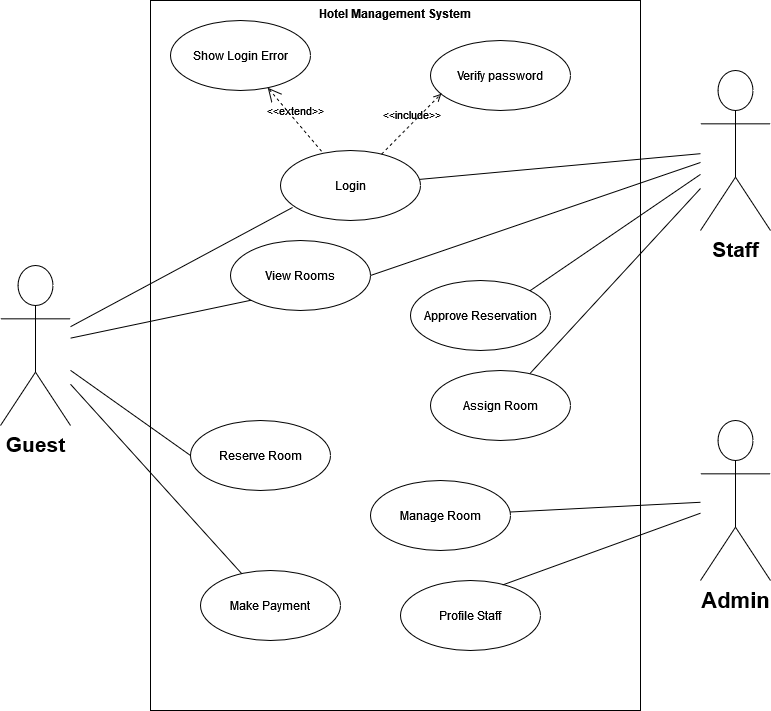
Before: UML HOTEL.drawio.png, a diagram exported from draw.io (Way4ward17/UML-Diagrams). Source tidied: cells renumbered, new cells last; positions are measured from the earlier drawing's top-left corner, leaving out a move shared by most shapes.
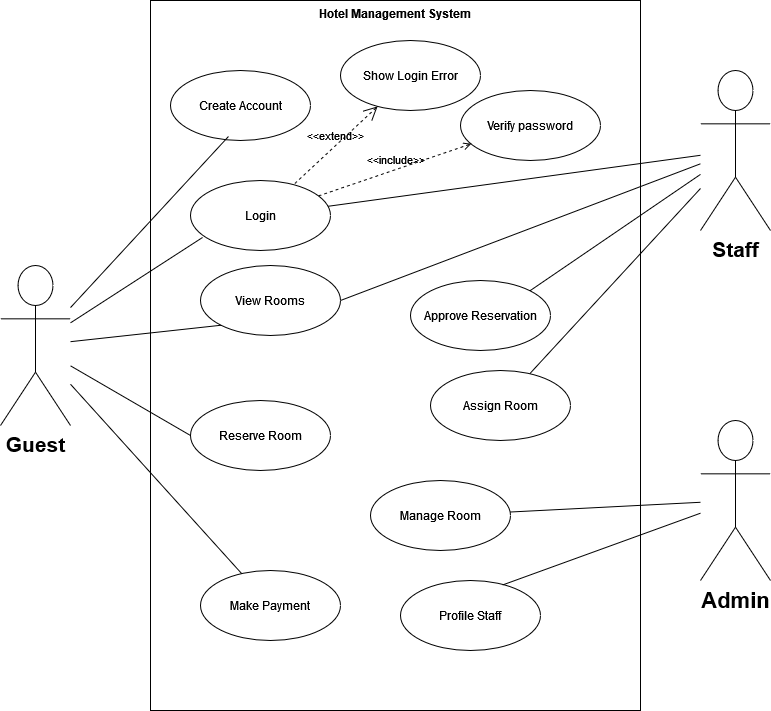
After the change.

The edit, as a diff of the source:
```diff
@@ -15,13 +15,13 @@
       <mxGeometry x="700" y="70" width="70" height="160" as="geometry" />
     </mxCell>
     <mxCell id="6" value="Login" style="ellipse;whiteSpace=wrap;html=1;" parent="1" vertex="1">
-      <mxGeometry x="280" y="150" width="140" height="70" as="geometry" />
+      <mxGeometry x="190" y="180" width="140" height="70" as="geometry" />
     </mxCell>
     <mxCell id="7" value="View Rooms" style="ellipse;whiteSpace=wrap;html=1;" parent="1" vertex="1">
-      <mxGeometry x="230" y="240" width="140" height="70" as="geometry" />
+      <mxGeometry x="200" y="265" width="140" height="70" as="geometry" />
     </mxCell>
     <mxCell id="8" value="Reserve Room" style="ellipse;whiteSpace=wrap;html=1;" parent="1" vertex="1">
-      <mxGeometry x="190" y="420" width="140" height="70" as="geometry" />
+      <mxGeometry x="190" y="400" width="140" height="70" as="geometry" />
     </mxCell>
     <mxCell id="9" value="Make Payment" style="ellipse;whiteSpace=wrap;html=1;" parent="1" vertex="1">
       <mxGeometry x="200" y="570" width="140" height="70" as="geometry" />
@@ -42,7 +42,7 @@
       <mxGeometry relative="1" as="geometry" />
     </mxCell>
     <mxCell id="15" value="Verify password" style="ellipse;whiteSpace=wrap;html=1;" parent="1" vertex="1">
-      <mxGeometry x="430" y="40" width="140" height="70" as="geometry" />
+      <mxGeometry x="460" y="90" width="140" height="70" as="geometry" />
     </mxCell>
     <mxCell id="16" value="&amp;lt;&amp;lt;include&amp;gt;&amp;gt;" style="edgeStyle=none;html=1;endArrow=open;verticalAlign=bottom;dashed=1;labelBackgroundColor=none;rounded=0;entryX=0.077;entryY=0.761;entryDx=0;entryDy=0;entryPerimeter=0;" parent="1" edge="1" source="6" target="15">
       <mxGeometry relative="1" as="geometry" />
@@ -51,7 +51,7 @@
       <mxGeometry relative="1" as="geometry" />
     </mxCell>
     <mxCell id="18" value="Show Login Error" style="ellipse;whiteSpace=wrap;html=1;" parent="1" vertex="1">
-      <mxGeometry x="170" y="20" width="140" height="70" as="geometry" />
+      <mxGeometry x="340" y="40" width="140" height="70" as="geometry" />
     </mxCell>
     <mxCell id="19" value="&amp;lt;&amp;lt;extend&amp;gt;&amp;gt;" style="edgeStyle=none;html=1;startArrow=open;endArrow=none;startSize=12;verticalAlign=bottom;dashed=1;labelBackgroundColor=none;rounded=0;" parent="1" edge="1" source="18" target="6">
       <mxGeometry relative="1" as="geometry" />
@@ -80,5 +80,11 @@
     <mxCell id="27" style="edgeStyle=none;html=1;endArrow=none;verticalAlign=bottom;rounded=0;exitX=0.729;exitY=0.064;exitDx=0;exitDy=0;exitPerimeter=0;" parent="1" edge="1" source="24" target="4">
       <mxGeometry relative="1" as="geometry" />
     </mxCell>
+    <mxCell id="28" value="Create Account" style="ellipse;whiteSpace=wrap;html=1;" parent="1" vertex="1">
+      <mxGeometry x="170" y="70" width="140" height="70" as="geometry" />
+    </mxCell>
+    <mxCell id="29" style="edgeStyle=none;html=1;endArrow=none;verticalAlign=bottom;rounded=0;entryX=0.414;entryY=0.943;entryDx=0;entryDy=0;entryPerimeter=0;" parent="1" edge="1" source="3" target="28">
+      <mxGeometry relative="1" as="geometry" />
+    </mxCell>
   </root>
 </mxGraphModel>
```
